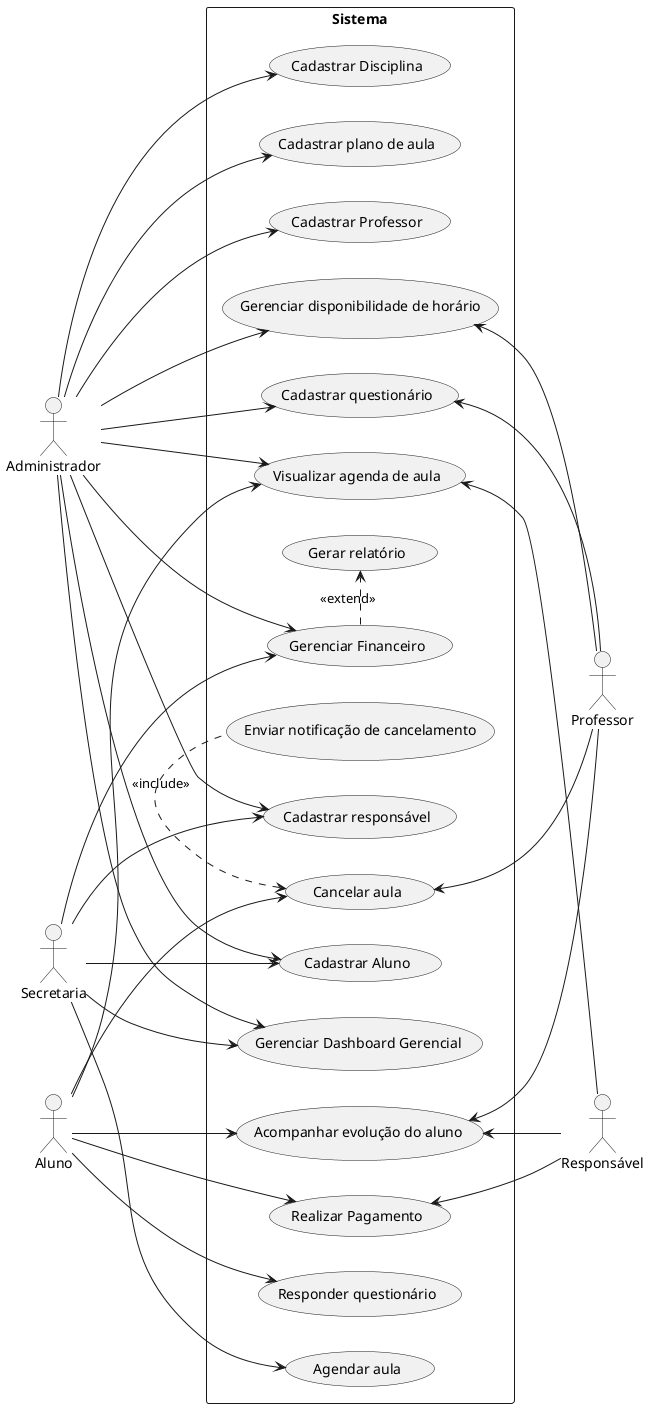
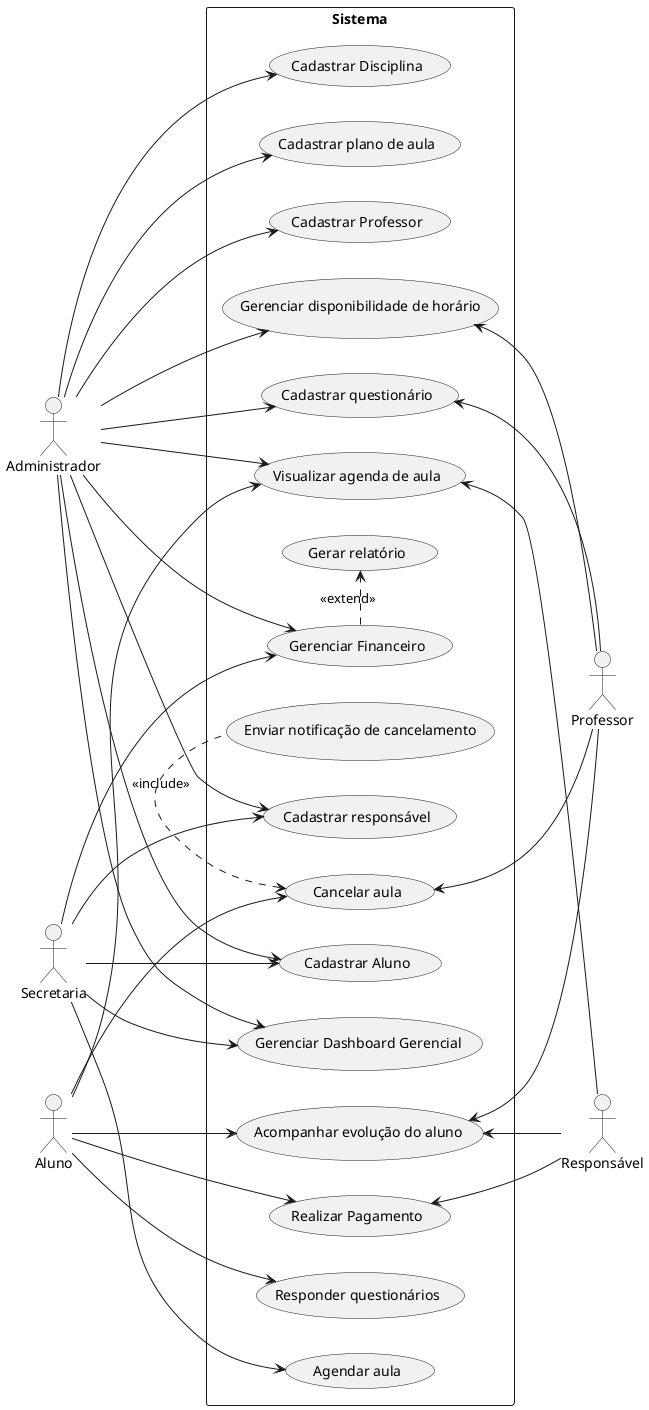
@startuml usecases
left to right direction

' --- ATORES ---
' Atores do lado esquerdo
actor "Administrador" as Admin
actor "Professor" as Professor

' Ator Superior e Inferior
actor "Aluno" as Aluno
actor "Responsável" as Responsavel

' Ator do lado direito
actor "Secretaria" as Secretaria

' --- LIMITE DO SISTEMA ---
rectangle "Sistema" {

    ' Casos de Uso - Coluna Esquerda
    usecase "Realizar Pagamento" as UC1
    usecase "Acompanhar evolução do aluno" as UC2
    usecase "Agendar aula" as UC3
    usecase "Visualizar agenda de aula" as UC4
    usecase "Cadastrar Disciplina" as UC5
    usecase "Cadastrar plano de aula" as UC6

    ' Casos de Uso - Coluna Centro/Direita
    usecase "Cadastrar responsável" as UC7
    usecase "Cadastrar Aluno" as UC8
    usecase "Cadastrar Professor" as UC9
    usecase "Gerenciar Financeiro" as UC10
    usecase "Gerenciar Dashboard Gerencial" as UC11
-     usecase "Responder questionário" as UC12
+     usecase "Responder questionários" as UC12
    usecase "Gerenciar disponibilidade de horário" as UC13
    usecase "Cadastrar questionário" as UC14
    usecase "Cancelar aula" as UC15

    ' Casos de uso avulsos que recebem setas tracejadas (includes/extends)
    usecase "Enviar notificação de cancelamento" as UCAuxA
    usecase "Gerar relatório" as UCAuxB

}

' --- RELACIONAMENTOS (ASSOCIAÇÕES) ---
' Nota: As linhas abaixo simulam os traços principais vistos na imagem.
' Ajuste conforme a necessidade real do seu diagrama.

Responsavel --> UC1
UC2 <-- Responsavel
UC4 <-- Responsavel

Aluno --> UC1
Aluno --> UC2
Aluno --> UC4
Aluno --> UC12
Aluno --> UC15

UC2  <-- Professor
UC13 <-- Professor
UC14 <-- Professor
UC15 <-- Professor

Secretaria --> UC3
Secretaria --> UC7
Secretaria --> UC8
Secretaria --> UC10
Secretaria --> UC11

Admin --> UC4
Admin --> UC5
Admin --> UC6
Admin --> UC7
Admin --> UC8
Admin --> UC9
Admin --> UC10
Admin --> UC11
Admin --> UC13
Admin --> UC14

' --- RELACIONAMENTOS ESPECIAIS (INCLUDE / EXTEND) ---
' Representam as setas tracejadas com << ... >> na sua imagem
UC15 <. UCAuxA : <<include>>
UC10 .> UCAuxB : <<extend>>

' --- GENERALIZAÇÃO DE ATORES (Se houver) ---
' Há setas com triângulos vazios na imagem que parecem ligar atores,
' ou atores a casos de uso. Caso um ator herde de outro, use a sintaxe abaixo:
' AtorEsq2 --|> AtorEsq1

@enduml